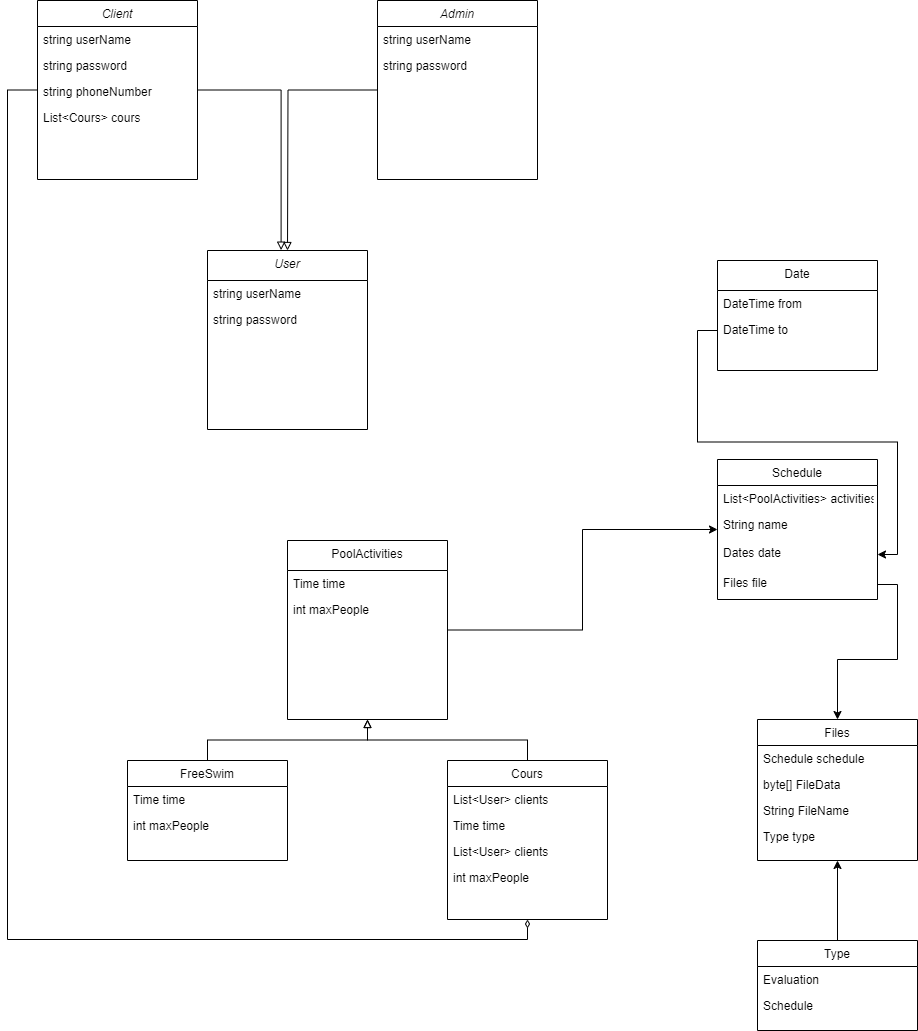
The draw.io diagram UML.drawio.png in CaptainMehdi/ProjetFinal, before a commit. Source tidied: cells renumbered, new cells last; positions are measured from the earlier drawing's top-left corner, leaving out a move shared by most shapes.
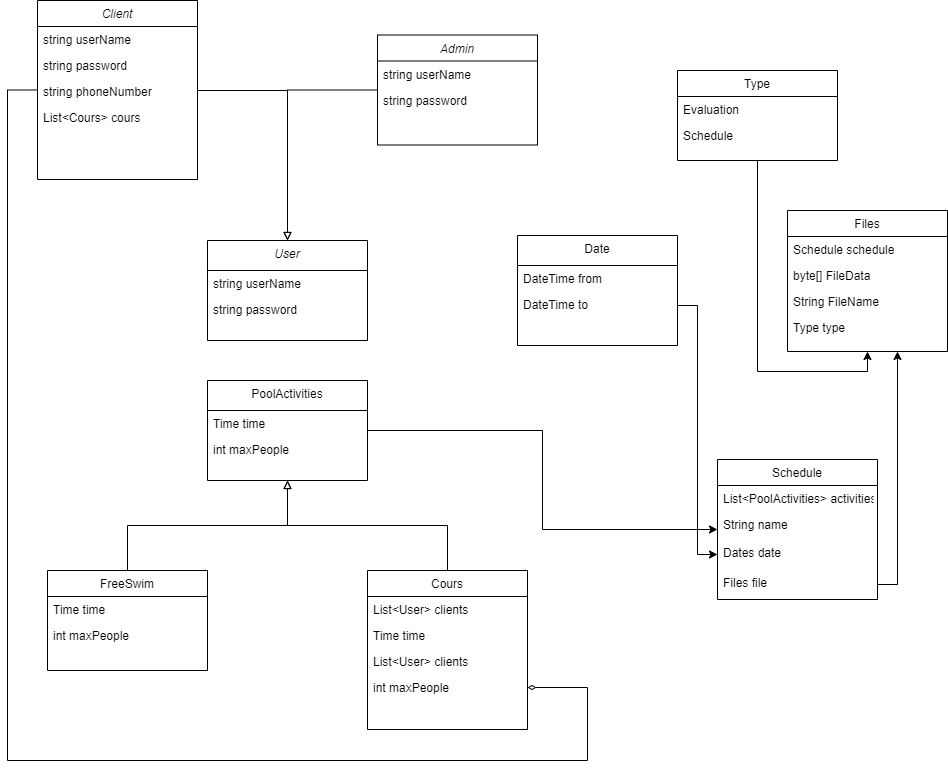
After the change.

Commit message:
Mettre à jour UML.drawio.png

Change to the diagram source:
```diff
@@ -3,7 +3,7 @@
     <mxCell id="0" />
     <mxCell id="1" parent="0" />
     <mxCell id="2" value="User" style="swimlane;fontStyle=2;align=center;verticalAlign=top;horizontal=1;startSize=30;rounded=0;shadow=0;strokeWidth=1;" parent="1" vertex="1">
-      <mxGeometry x="200" y="250" width="160" height="179" as="geometry" />
+      <mxGeometry x="200" y="240" width="160" height="100" as="geometry" />
     </mxCell>
     <mxCell id="3" value="string userName" style="text;align=left;verticalAlign=top;spacingLeft=4;spacingRight=4;overflow=hidden;" parent="2" vertex="1">
       <mxGeometry y="30" width="160" height="26" as="geometry" />
@@ -15,7 +15,7 @@
       <mxGeometry relative="1" as="geometry" />
     </mxCell>
     <mxCell id="6" value="Cours" style="swimlane;fontStyle=0;align=center;verticalAlign=top;horizontal=1;startSize=26;rounded=0;shadow=0;strokeWidth=1;" parent="1" vertex="1">
-      <mxGeometry x="440" y="760" width="160" height="159" as="geometry" />
+      <mxGeometry x="360" y="570" width="160" height="159" as="geometry" />
     </mxCell>
     <mxCell id="7" value="List&lt;User&gt; clients" style="text;align=left;verticalAlign=top;spacingLeft=4;spacingRight=4;overflow=hidden;rounded=0;shadow=0;html=0;" parent="6" vertex="1">
       <mxGeometry y="26" width="160" height="26" as="geometry" />
@@ -33,7 +33,7 @@
       <mxGeometry relative="1" as="geometry" />
     </mxCell>
     <mxCell id="12" value="FreeSwim" style="swimlane;fontStyle=0;align=center;verticalAlign=top;horizontal=1;startSize=26;rounded=0;shadow=0;strokeWidth=1;" parent="1" vertex="1">
-      <mxGeometry x="120" y="760" width="160" height="100" as="geometry" />
+      <mxGeometry x="40" y="570" width="160" height="100" as="geometry" />
     </mxCell>
     <mxCell id="13" value="Time time" style="text;align=left;verticalAlign=top;spacingLeft=4;spacingRight=4;overflow=hidden;rounded=0;shadow=0;html=0;" parent="12" vertex="1">
       <mxGeometry y="26" width="160" height="26" as="geometry" />
@@ -45,7 +45,7 @@
       <mxGeometry relative="1" as="geometry" />
     </mxCell>
     <mxCell id="16" value="PoolActivities" style="swimlane;fontStyle=0;align=center;verticalAlign=top;horizontal=1;startSize=30;rounded=0;shadow=0;strokeWidth=1;" parent="1" vertex="1">
-      <mxGeometry x="280" y="540" width="160" height="179" as="geometry" />
+      <mxGeometry x="200" y="380" width="160" height="100" as="geometry" />
     </mxCell>
     <mxCell id="17" value="Time time" style="text;align=left;verticalAlign=top;spacingLeft=4;spacingRight=4;overflow=hidden;rounded=0;shadow=0;html=0;" parent="16" vertex="1">
       <mxGeometry y="30" width="160" height="26" as="geometry" />
@@ -68,12 +68,13 @@
     <mxCell id="23" value="Files file" style="text;align=left;verticalAlign=top;spacingLeft=4;spacingRight=4;overflow=hidden;points=[[0,0.5],[1,0.5]];portConstraint=eastwest;rounded=0;shadow=0;html=0;" parent="19" vertex="1">
       <mxGeometry y="110" width="160" height="30" as="geometry" />
     </mxCell>
-    <mxCell id="24" style="edgeStyle=orthogonalEdgeStyle;rounded=0;jettySize=auto;html=1;entryX=0.5;entryY=1;entryDx=0;entryDy=0;endArrow=diamondThin;endFill=0;" parent="1" edge="1" source="25" target="6">
+    <mxCell id="24" style="edgeStyle=orthogonalEdgeStyle;rounded=0;jettySize=auto;html=1;entryX=1;entryY=0.5;entryDx=0;entryDy=0;endArrow=diamondThin;endFill=0;" parent="1" edge="1" source="25" target="10">
       <mxGeometry relative="1" as="geometry">
         <Array as="points">
           <mxPoint y="90" />
-          <mxPoint y="939" />
-          <mxPoint x="520" y="939" />
+          <mxPoint y="760" />
+          <mxPoint x="580" y="760" />
+          <mxPoint x="580" y="687" />
         </Array>
       </mxGeometry>
     </mxCell>
@@ -92,13 +93,11 @@
     <mxCell id="29" value="List&lt;Cours&gt; cours" style="text;align=left;verticalAlign=top;spacingLeft=4;spacingRight=4;overflow=hidden;rounded=0;shadow=0;html=0;" parent="25" vertex="1">
       <mxGeometry y="104" width="160" height="28" as="geometry" />
     </mxCell>
-    <mxCell id="30" style="edgeStyle=orthogonalEdgeStyle;rounded=0;jettySize=auto;html=1;endArrow=block;endFill=0;" parent="1" edge="1" source="31">
-      <mxGeometry relative="1" as="geometry">
-        <mxPoint x="280" y="250" as="targetPoint" />
-      </mxGeometry>
-    </mxCell>
+    <mxCell id="49" style="edgeStyle=orthogonalEdgeStyle;rounded=0;jettySize=auto;html=1;entryX=0.5;entryY=0;entryDx=0;entryDy=0;endArrow=block;endFill=0;" parent="1" edge="1" source="31" target="2">
+      <mxGeometry relative="1" as="geometry" />
+    </mxCell>
     <mxCell id="31" value="Admin" style="swimlane;fontStyle=2;align=center;verticalAlign=top;horizontal=1;startSize=26;rounded=0;shadow=0;strokeWidth=1;" parent="1" vertex="1">
-      <mxGeometry x="370" width="160" height="179" as="geometry" />
+      <mxGeometry x="370" y="34.5" width="160" height="110" as="geometry" />
     </mxCell>
     <mxCell id="32" value="string userName" style="text;align=left;verticalAlign=top;spacingLeft=4;spacingRight=4;overflow=hidden;" parent="31" vertex="1">
       <mxGeometry y="26" width="160" height="26" as="geometry" />
@@ -106,11 +105,8 @@
     <mxCell id="33" value="string password" style="text;align=left;verticalAlign=top;spacingLeft=4;spacingRight=4;overflow=hidden;rounded=0;shadow=0;html=0;" parent="31" vertex="1">
       <mxGeometry y="52" width="160" height="26" as="geometry" />
     </mxCell>
-    <mxCell id="34" style="edgeStyle=orthogonalEdgeStyle;rounded=0;jettySize=auto;html=1;entryX=0.46;entryY=-0.002;entryDx=0;entryDy=0;entryPerimeter=0;endArrow=block;endFill=0;" parent="1" edge="1" source="25" target="2">
-      <mxGeometry relative="1" as="geometry" />
-    </mxCell>
     <mxCell id="35" value="Files" style="swimlane;fontStyle=0;align=center;verticalAlign=top;horizontal=1;startSize=26;rounded=0;shadow=0;strokeWidth=1;" parent="1" vertex="1">
-      <mxGeometry x="750" y="719" width="160" height="141" as="geometry" />
+      <mxGeometry x="780" y="210" width="160" height="141" as="geometry" />
     </mxCell>
     <mxCell id="36" value="Schedule schedule" style="text;align=left;verticalAlign=top;spacingLeft=4;spacingRight=4;overflow=hidden;rounded=0;shadow=0;html=0;" parent="35" vertex="1">
       <mxGeometry y="26" width="160" height="26" as="geometry" />
@@ -125,7 +121,7 @@
       <mxGeometry y="104" width="160" height="26" as="geometry" />
     </mxCell>
     <mxCell id="40" value="Date" style="swimlane;fontStyle=0;align=center;verticalAlign=top;horizontal=1;startSize=30;rounded=0;shadow=0;strokeWidth=1;" parent="1" vertex="1">
-      <mxGeometry x="710" y="260" width="160" height="110" as="geometry" />
+      <mxGeometry x="510" y="235" width="160" height="110" as="geometry" />
     </mxCell>
     <mxCell id="41" value="DateTime from" style="text;align=left;verticalAlign=top;spacingLeft=4;spacingRight=4;overflow=hidden;rounded=0;shadow=0;html=0;" parent="40" vertex="1">
       <mxGeometry y="30" width="160" height="26" as="geometry" />
@@ -137,13 +133,17 @@
       <mxGeometry relative="1" as="geometry" />
     </mxCell>
     <mxCell id="44" style="edgeStyle=orthogonalEdgeStyle;rounded=0;jettySize=auto;html=1;" parent="1" edge="1" source="23" target="35">
-      <mxGeometry relative="1" as="geometry" />
+      <mxGeometry relative="1" as="geometry">
+        <Array as="points">
+          <mxPoint x="890" y="584" />
+        </Array>
+      </mxGeometry>
     </mxCell>
     <mxCell id="45" style="edgeStyle=orthogonalEdgeStyle;rounded=0;jettySize=auto;html=1;entryX=0.5;entryY=1;entryDx=0;entryDy=0;" parent="1" edge="1" source="46" target="35">
       <mxGeometry relative="1" as="geometry" />
     </mxCell>
     <mxCell id="46" value="Type" style="swimlane;fontStyle=0;align=center;verticalAlign=top;horizontal=1;startSize=26;rounded=0;shadow=0;strokeWidth=1;" parent="1" vertex="1">
-      <mxGeometry x="750" y="940" width="160" height="90" as="geometry" />
+      <mxGeometry x="670" y="70" width="160" height="90" as="geometry" />
     </mxCell>
     <mxCell id="47" value="Evaluation" style="text;align=left;verticalAlign=top;spacingLeft=4;spacingRight=4;overflow=hidden;rounded=0;shadow=0;html=0;" parent="46" vertex="1">
       <mxGeometry y="26" width="160" height="26" as="geometry" />
@@ -151,5 +151,12 @@
     <mxCell id="48" value="Schedule" style="text;align=left;verticalAlign=top;spacingLeft=4;spacingRight=4;overflow=hidden;rounded=0;shadow=0;html=0;" parent="46" vertex="1">
       <mxGeometry y="52" width="160" height="26" as="geometry" />
     </mxCell>
+    <mxCell id="50" style="edgeStyle=orthogonalEdgeStyle;rounded=0;jettySize=auto;html=1;entryX=0.5;entryY=0;entryDx=0;entryDy=0;endArrow=block;endFill=0;" parent="1" edge="1" source="28" target="2">
+      <mxGeometry relative="1" as="geometry">
+        <Array as="points">
+          <mxPoint x="280" y="90" />
+        </Array>
+      </mxGeometry>
+    </mxCell>
   </root>
 </mxGraphModel>
```
